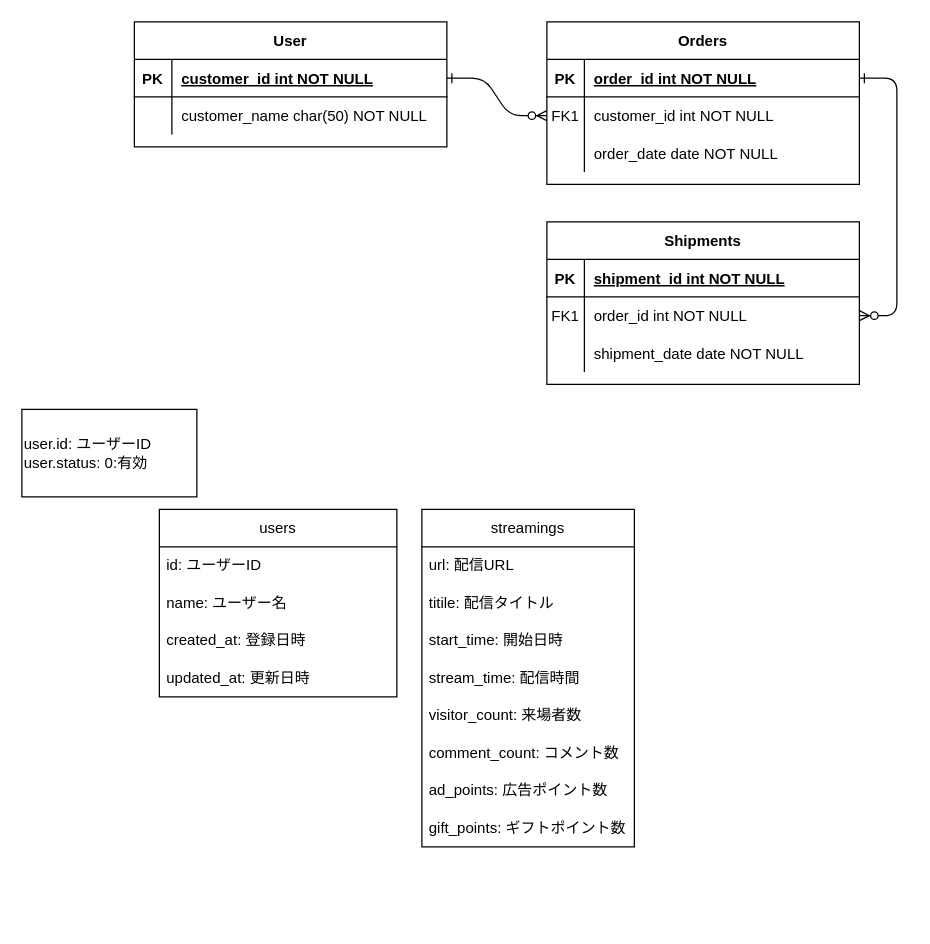
Above: 名称未設定ファイル.drawio in MASA20201203/nicodb-scraping (draw.io), before the change. Source tidied: cells renumbered, new cells numbered last; positions are measured from the earlier drawing's top-left corner, leaving out a move shared by most shapes. Both pictures are drawn from the tidied source at 125%, with x=0, y=0 at pixel (21, 21).
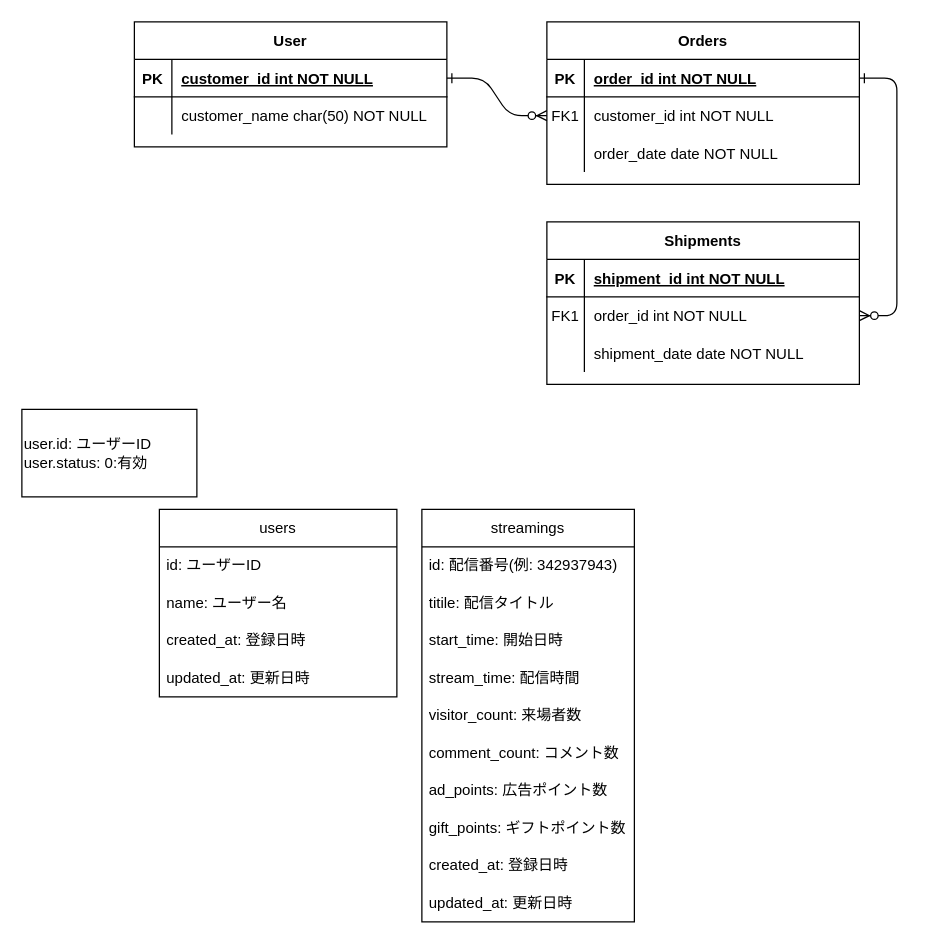
After the change.

Commit message:
streamingsテーブルの主キーを配信idに変更

The edit, as a diff of the source:
```diff
@@
     <mxCell id="37" value="streamings" style="swimlane;fontStyle=0;horizontal=1;startSize=30;whiteSpace=wrap;html=1;" parent="1" vertex="1">
-      <mxGeometry x="320" y="390" width="170" height="270" as="geometry" />
+      <mxGeometry x="320" y="390" width="170" height="330" as="geometry" />
     </mxCell>
-    <mxCell id="38" value="url: 配信URL" style="text;strokeColor=none;fillColor=none;align=left;verticalAlign=middle;spacingLeft=4;spacingRight=4;overflow=hidden;whiteSpace=wrap;html=1;" parent="37" vertex="1">
+    <mxCell id="38" value="id: 配信番号(例: 342937943)" style="text;strokeColor=none;fillColor=none;align=left;verticalAlign=middle;spacingLeft=4;spacingRight=4;overflow=hidden;whiteSpace=wrap;html=1;" parent="37" vertex="1">
       <mxGeometry y="30" width="170" height="30" as="geometry" />
     </mxCell>
@@
+    <mxCell id="46" value="created_at: 登録日時" style="text;strokeColor=none;fillColor=none;align=left;verticalAlign=middle;spacingLeft=4;spacingRight=4;overflow=hidden;whiteSpace=wrap;html=1;" parent="37" vertex="1">
+      <mxGeometry y="270" width="170" height="30" as="geometry" />
+    </mxCell>
+    <mxCell id="47" value="updated_at: 更新日時" style="text;strokeColor=none;fillColor=none;align=left;verticalAlign=middle;spacingLeft=4;spacingRight=4;overflow=hidden;whiteSpace=wrap;html=1;" parent="37" vertex="1">
+      <mxGeometry y="300" width="170" height="30" as="geometry" />
+    </mxCell>
```
